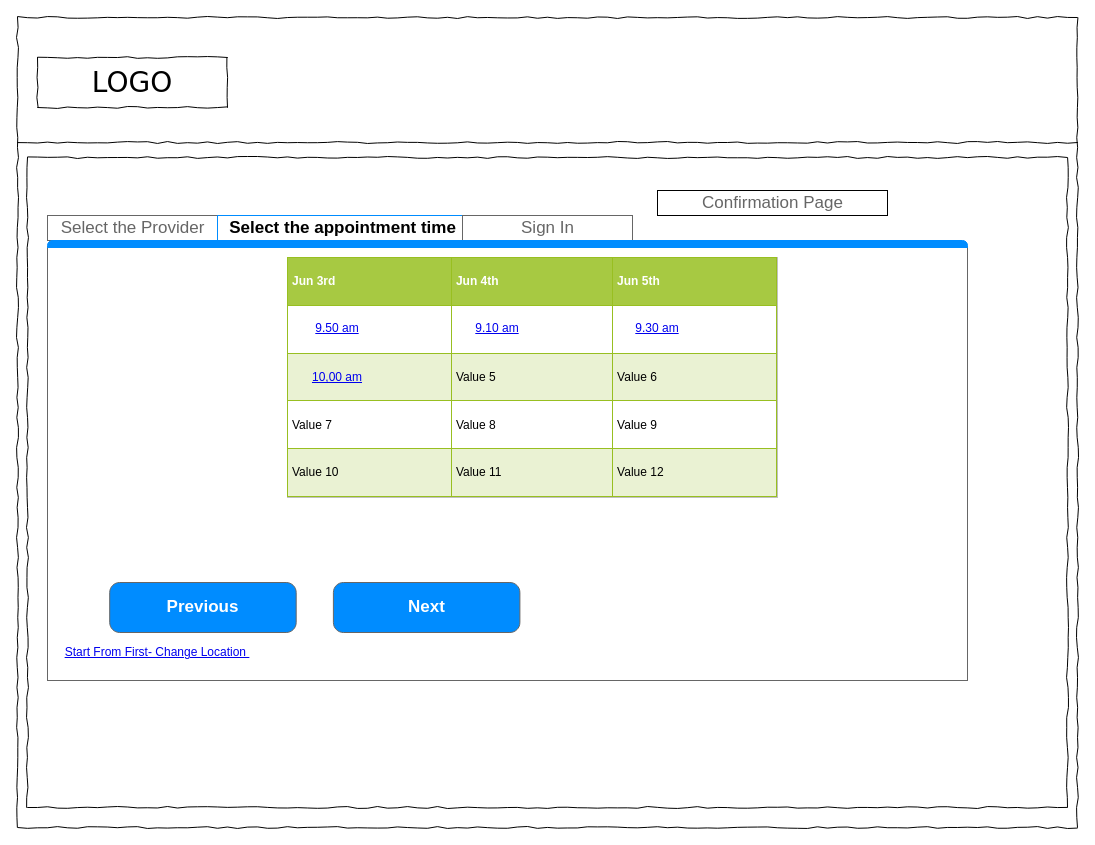
The draw.io diagram Select the appointment time.drawio in Janani-Manoharan/CovidDots, before the edit. Source tidied: cells renumbered, new cells numbered last; positions are measured from the earlier drawing's top-left corner, leaving out a move shared by most shapes. Both pictures are drawn from the tidied source at 100%, with x=0, y=0 at pixel (17, 17).
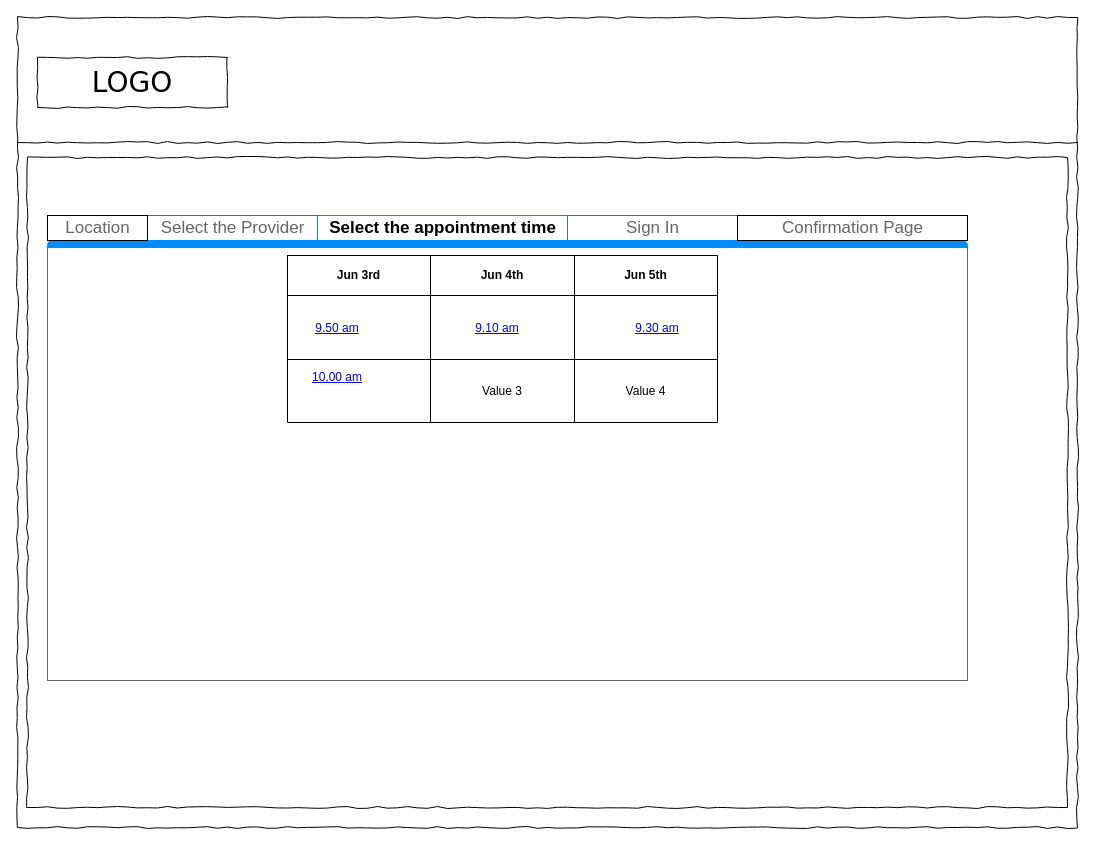
The same diagram, later.

Unchanged cells that the change refers to:
```xml
<mxCell id="6" style="strokeWidth=1;shadow=0;dashed=0;align=center;html=1;shape=mxgraph.mockup.containers.marginRect2;rectMarginTop=32;strokeColor=#666666;gradientColor=none;" parent="1" vertex="1">
  <mxGeometry x="30" y="198" width="920" height="465" as="geometry" />
</mxCell>
```

What changed in the source:
```diff
@@
     <mxCell id="7" value="Select the Provider" style="strokeColor=inherit;fillColor=inherit;gradientColor=inherit;strokeWidth=1;shadow=0;dashed=0;align=center;html=1;shape=mxgraph.mockup.containers.rrect;rSize=0;fontSize=17;fontColor=#666666;gradientColor=none;" parent="6" vertex="1">
-      <mxGeometry width="170" height="25" relative="1" as="geometry" />
+      <mxGeometry width="170" height="25" relative="1" as="geometry">
+        <mxPoint x="100" as="offset" />
+      </mxGeometry>
     </mxCell>
     <mxCell id="8" value="&lt;font color=&quot;#000000&quot;&gt;&lt;b&gt;Select the appointment time&lt;/b&gt;&lt;/font&gt;" style="strokeWidth=1;shadow=0;dashed=0;align=center;html=1;shape=mxgraph.mockup.containers.rrect;rSize=0;fontSize=17;fontColor=#ffffff;strokeColor=#008cff;fillColor=none;" parent="6" vertex="1">
       <mxGeometry width="250" height="25" relative="1" as="geometry">
-        <mxPoint x="170" as="offset" />
+        <mxPoint x="270" as="offset" />
       </mxGeometry>
     </mxCell>
     <mxCell id="9" value="Sign In" style="strokeColor=inherit;fillColor=inherit;gradientColor=inherit;strokeWidth=1;shadow=0;dashed=0;align=center;html=1;shape=mxgraph.mockup.containers.rrect;rSize=0;fontSize=17;fontColor=#666666;gradientColor=none;" parent="6" vertex="1">
       <mxGeometry width="170" height="25" relative="1" as="geometry">
-        <mxPoint x="415" as="offset" />
+        <mxPoint x="520" as="offset" />
       </mxGeometry>
     </mxCell>
@@
-    <mxCell id="11" value="Previous" style="strokeWidth=1;shadow=0;dashed=0;align=center;html=1;shape=mxgraph.mockup.buttons.button;strokeColor=#666666;fontColor=#ffffff;mainText=;buttonStyle=round;fontSize=17;fontStyle=1;fillColor=#008cff;whiteSpace=wrap;" parent="6" vertex="1">
-      <mxGeometry x="62.2" y="367" width="186.5" height="50" as="geometry" />
-    </mxCell>
-    <mxCell id="12" value="Next" style="strokeWidth=1;shadow=0;dashed=0;align=center;html=1;shape=mxgraph.mockup.buttons.button;strokeColor=#666666;fontColor=#ffffff;mainText=;buttonStyle=round;fontSize=17;fontStyle=1;fillColor=#008cff;whiteSpace=wrap;" parent="6" vertex="1">
-      <mxGeometry x="285.9" y="367" width="186.5" height="50" as="geometry" />
-    </mxCell>
-    <mxCell id="13" value="Start From First- Change Location&amp;nbsp;" style="text;html=1;strokeColor=none;fillColor=none;whiteSpace=wrap;align=center;verticalAlign=middle;fontColor=#0000EE;fontStyle=4;" parent="6" vertex="1">
-      <mxGeometry x="-20" y="417" width="260" height="40" as="geometry" />
-    </mxCell>
+    <mxCell id="20" style="shape=table;html=1;whiteSpace=wrap;startSize=0;childLayout=tableLayout;fillColor=none;" parent="6" vertex="1">
+      <mxGeometry x="240" y="40" width="430" height="167" as="geometry" />
+    </mxCell>
+    <mxCell id="21" style="shape=partialRectangle;html=1;whiteSpace=wrap;fillColor=none;top=0;left=0;bottom=0;right=0;" parent="20" vertex="1">
+      <mxGeometry width="430" height="40" as="geometry" />
+    </mxCell>
+    <mxCell id="22" value="&lt;b&gt;Jun 3rd&lt;/b&gt;" style="shape=partialRectangle;html=1;whiteSpace=wrap;fillColor=none;top=0;left=0;bottom=0;right=0;overflow=hidden;" parent="21" vertex="1">
+      <mxGeometry width="143" height="40" as="geometry" />
+    </mxCell>
+    <mxCell id="23" value="&lt;b&gt;Jun 4th&lt;/b&gt;" style="shape=partialRectangle;html=1;whiteSpace=wrap;fillColor=none;top=0;left=0;bottom=0;right=0;overflow=hidden;" parent="21" vertex="1">
+      <mxGeometry x="143" width="144" height="40" as="geometry" />
+    </mxCell>
+    <mxCell id="24" value="&lt;b&gt;Jun 5th&lt;/b&gt;" style="shape=partialRectangle;html=1;whiteSpace=wrap;fillColor=none;top=0;left=0;bottom=0;right=0;overflow=hidden;" parent="21" vertex="1">
+      <mxGeometry x="287" width="143" height="40" as="geometry" />
+    </mxCell>
+    <mxCell id="25" style="shape=partialRectangle;html=1;whiteSpace=wrap;fillColor=none;top=0;left=0;bottom=0;right=0;" parent="20" vertex="1">
+      <mxGeometry y="40" width="430" height="64" as="geometry" />
+    </mxCell>
+    <mxCell id="26" style="shape=partialRectangle;html=1;whiteSpace=wrap;fillColor=none;top=0;left=0;bottom=0;right=0;overflow=hidden;" parent="25" vertex="1">
+      <mxGeometry width="143" height="64" as="geometry" />
+    </mxCell>
+    <mxCell id="27" style="shape=partialRectangle;html=1;whiteSpace=wrap;fillColor=none;top=0;left=0;bottom=0;right=0;overflow=hidden;" parent="25" vertex="1">
+      <mxGeometry x="143" width="144" height="64" as="geometry" />
+    </mxCell>
+    <mxCell id="28" style="shape=partialRectangle;html=1;whiteSpace=wrap;fillColor=none;top=0;left=0;bottom=0;right=0;overflow=hidden;" parent="25" vertex="1">
+      <mxGeometry x="287" width="143" height="64" as="geometry" />
+    </mxCell>
+    <mxCell id="29" style="shape=partialRectangle;html=1;whiteSpace=wrap;fillColor=none;top=0;left=0;bottom=0;right=0;" parent="20" vertex="1">
+      <mxGeometry y="104" width="430" height="63" as="geometry" />
+    </mxCell>
+    <mxCell id="30" style="shape=partialRectangle;html=1;whiteSpace=wrap;fillColor=none;top=0;left=0;bottom=0;right=0;overflow=hidden;" parent="29" vertex="1">
+      <mxGeometry width="143" height="63" as="geometry" />
+    </mxCell>
+    <mxCell id="31" value="Value 3" style="shape=partialRectangle;html=1;whiteSpace=wrap;fillColor=none;top=0;left=0;bottom=0;right=0;overflow=hidden;" parent="29" vertex="1">
+      <mxGeometry x="143" width="144" height="63" as="geometry" />
+    </mxCell>
+    <mxCell id="32" value="Value 4" style="shape=partialRectangle;html=1;whiteSpace=wrap;fillColor=none;top=0;left=0;bottom=0;right=0;overflow=hidden;" parent="29" vertex="1">
+      <mxGeometry x="287" width="143" height="63" as="geometry" />
+    </mxCell>
     <mxCell id="14" value="Confirmation Page" style="strokeColor=inherit;fillColor=inherit;gradientColor=inherit;strokeWidth=1;shadow=0;dashed=0;align=center;html=1;shape=mxgraph.mockup.containers.rrect;rSize=0;fontSize=17;fontColor=#666666;gradientColor=none;" parent="1" vertex="1">
-      <mxGeometry x="640" y="173" width="230" height="25" as="geometry" />
+      <mxGeometry x="720" y="198" width="230" height="25" as="geometry" />
     </mxCell>
-    <mxCell id="15" value="&lt;table border=&quot;1&quot; width=&quot;100%&quot; cellpadding=&quot;4&quot; style=&quot;width: 100% ; height: 100% ; border-collapse: collapse&quot;&gt;&lt;tbody&gt;&lt;tr style=&quot;background-color: #a7c942 ; color: #ffffff ; border: 1px solid #98bf21&quot;&gt;&lt;th align=&quot;left&quot;&gt;Jun 3rd&lt;/th&gt;&lt;th align=&quot;left&quot;&gt;Jun 4th&lt;/th&gt;&lt;th align=&quot;left&quot;&gt;Jun 5th&lt;/th&gt;&lt;/tr&gt;&lt;tr style=&quot;border: 1px solid #98bf21&quot;&gt;&lt;td&gt;&lt;br&gt;&lt;/td&gt;&lt;td&gt;&lt;/td&gt;&lt;td&gt;&lt;br&gt;&lt;/td&gt;&lt;/tr&gt;&lt;tr style=&quot;background-color: #eaf2d3 ; border: 1px solid #98bf21&quot;&gt;&lt;td&gt;&lt;br&gt;&lt;/td&gt;&lt;td&gt;Value 5&lt;/td&gt;&lt;td&gt;Value 6&lt;/td&gt;&lt;/tr&gt;&lt;tr style=&quot;border: 1px solid #98bf21&quot;&gt;&lt;td&gt;Value 7&lt;/td&gt;&lt;td&gt;Value 8&lt;/td&gt;&lt;td&gt;Value 9&lt;/td&gt;&lt;/tr&gt;&lt;tr style=&quot;background-color: #eaf2d3 ; border: 1px solid #98bf21&quot;&gt;&lt;td&gt;Value 10&lt;/td&gt;&lt;td&gt;Value 11&lt;/td&gt;&lt;td&gt;Value 12&lt;/td&gt;&lt;/tr&gt;&lt;/tbody&gt;&lt;/table&gt;" style="text;html=1;strokeColor=#c0c0c0;fillColor=#ffffff;overflow=fill;rounded=0;" parent="1" vertex="1">
-      <mxGeometry x="270" y="240" width="490" height="240" as="geometry" />
-    </mxCell>
@@
+    <mxCell id="33" value="Location" style="strokeColor=inherit;fillColor=inherit;gradientColor=inherit;strokeWidth=1;shadow=0;dashed=0;align=center;html=1;shape=mxgraph.mockup.containers.rrect;rSize=0;fontSize=17;fontColor=#666666;gradientColor=none;" parent="1" vertex="1">
+      <mxGeometry x="30" y="198" width="100" height="25" as="geometry" />
+    </mxCell>
```
